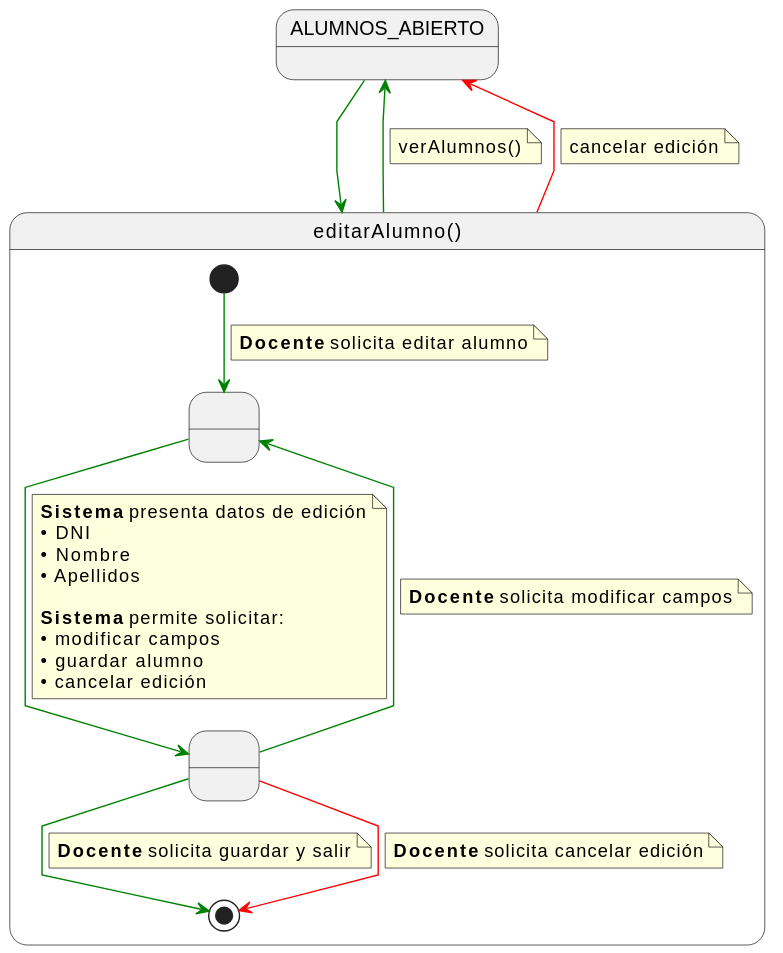
This is documents/casos-de-uso/detalladoCasosDeUso/editarAlumno/editarAlumno.svg from martinlopez7/25-26-IdSw1-SdR, a PlantUML export, as it was before one commit. The source it was exported from:
```plantuml
@startuml
skinparam linetype polyline

state ALUMNOS_ABIERTO

ALUMNOS_ABIERTO -[#green]-> editarAlumno

state editarAlumno as "editarAlumno()" {

    state " " as EditandoDatos
    state " " as GuardandoDatos

    [*] -[#green]-> EditandoDatos
    note on link
    <b>Docente</b> solicita editar alumno
    end note

    EditandoDatos -[#green]-> GuardandoDatos
    note on link
    <b>Sistema</b> presenta datos de edición
    • DNI
    • Nombre
    • Apellidos

    <b>Sistema</b> permite solicitar:
    • modificar campos
    • guardar alumno
    • cancelar edición
    end note

    GuardandoDatos -[#green]-> EditandoDatos
    note on link
    <b>Docente</b> solicita modificar campos
    end note

    GuardandoDatos -[#green]-> [*]
    note on link
    <b>Docente</b> solicita guardar y salir
    end note

    GuardandoDatos -[#red]-> [*]
    note on link
    <b>Docente</b> solicita cancelar edición
    end note
}

editarAlumno -[#green]-> ALUMNOS_ABIERTO
note on link
verAlumnos()
end note

editarAlumno -[#red]-> ALUMNOS_ABIERTO
note on link
cancelar edición
end note
@enduml
```
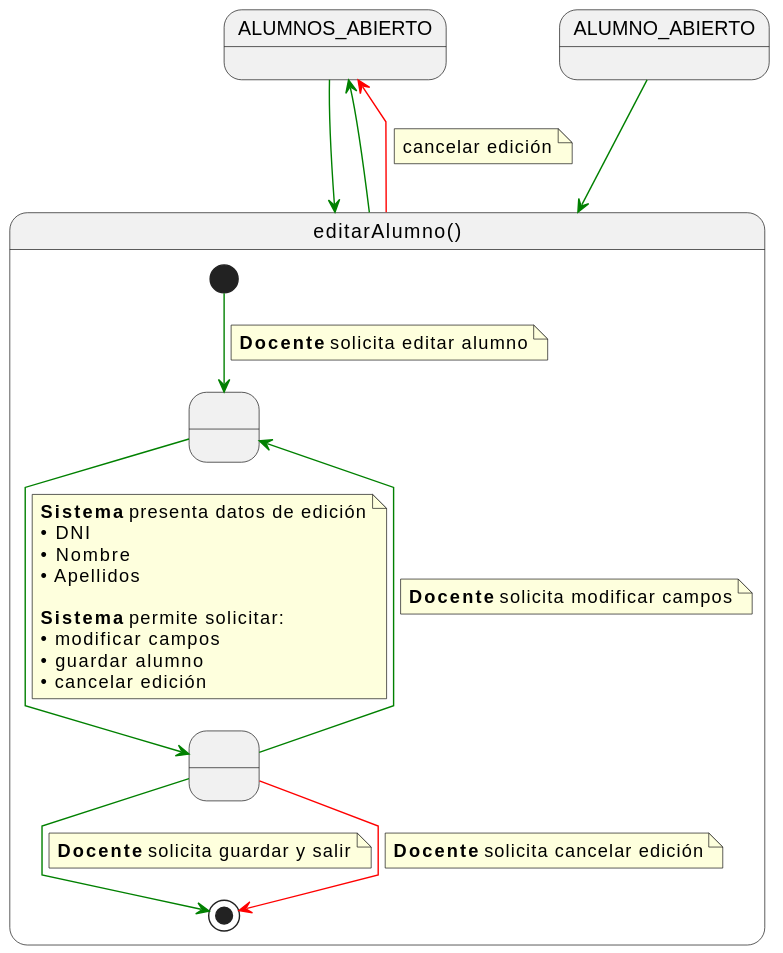
The same diagram one commit later.

Change to the diagram source:
```diff
@@ -4,6 +4,8 @@
 state ALUMNOS_ABIERTO
 
 ALUMNOS_ABIERTO -[#green]-> editarAlumno
+
+ALUMNO_ABIERTO -[#green]-> editarAlumno
 
 state editarAlumno as "editarAlumno()" {
 
@@ -45,9 +47,6 @@
 }
 
 editarAlumno -[#green]-> ALUMNOS_ABIERTO
-note on link
-verAlumnos()
-end note
 
 editarAlumno -[#red]-> ALUMNOS_ABIERTO
 note on link
```
